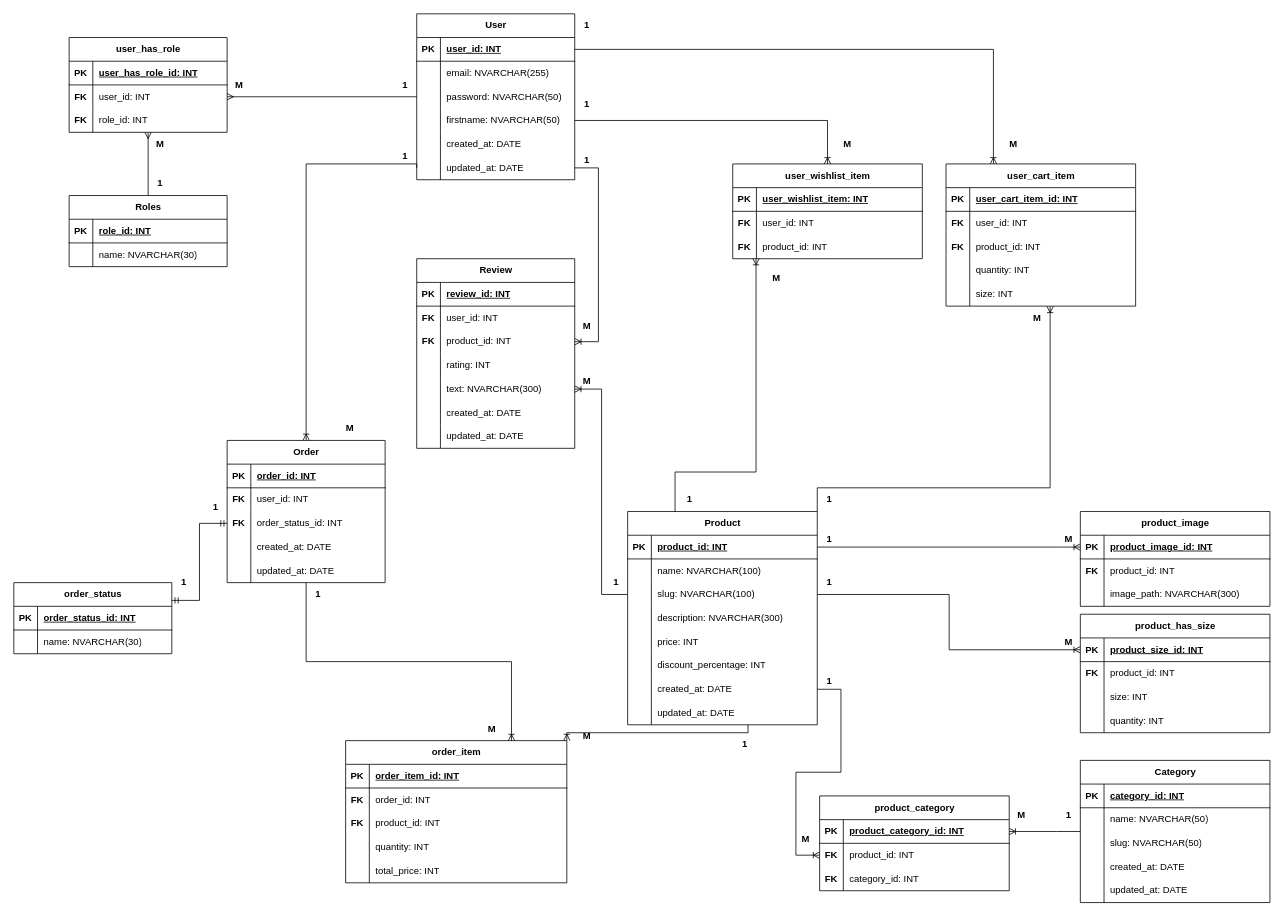
Above: docs/ECommerce-ER.drawio in danilovvvladimir/quasar (draw.io), before the change. Source tidied: cells renumbered, new cells numbered last; positions are measured from the earlier drawing's top-left corner, leaving out a move shared by most shapes. Both pictures are drawn from the tidied source at 79%, with x=0, y=0 at pixel (13, 13).
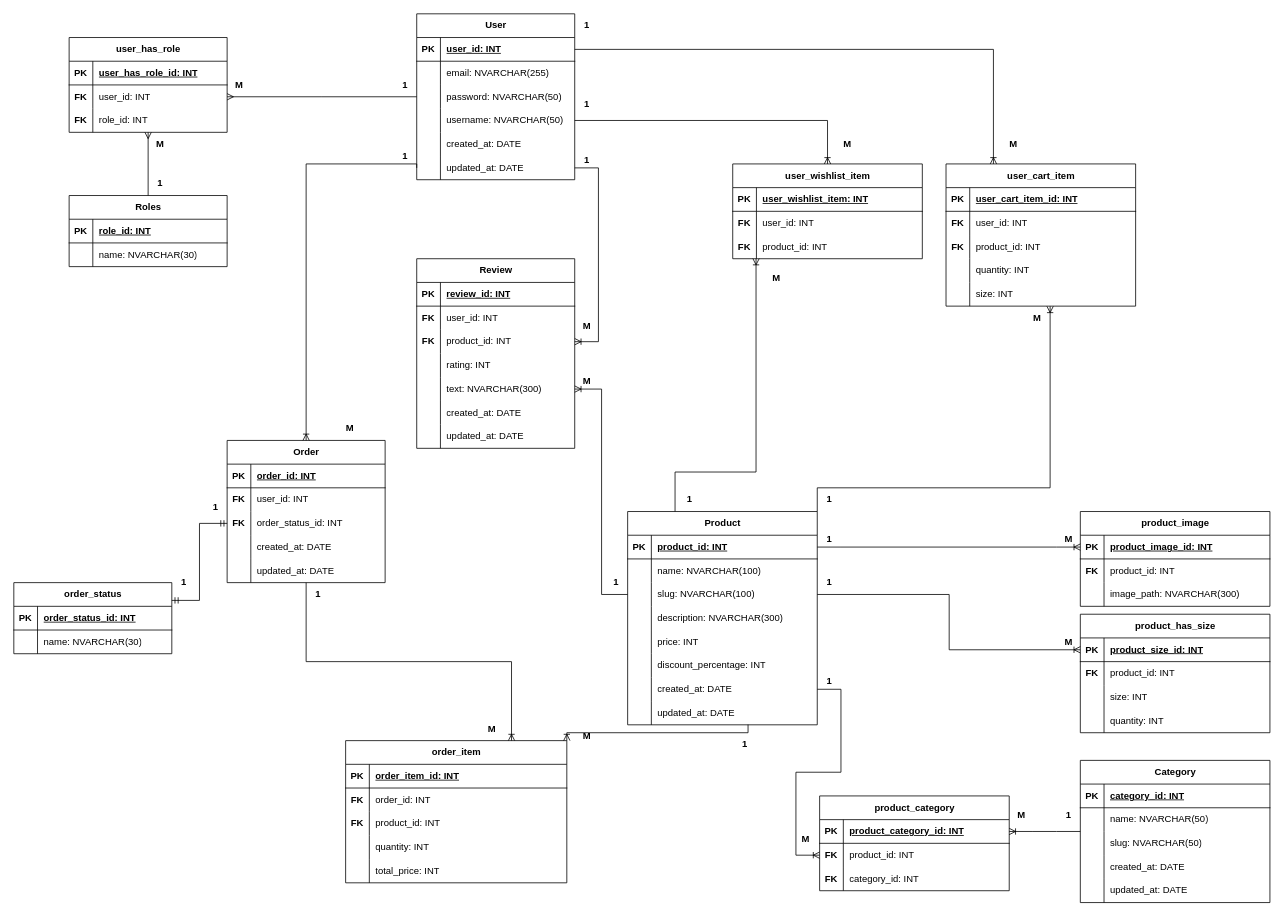
The same diagram, later.

The change refers to these unchanged cells:
```xml
<mxCell id="12" style="shape=tableRow;horizontal=0;startSize=0;swimlaneHead=0;swimlaneBody=0;fillColor=none;points=[[0,0.5],[1,0.5]];portConstraint=eastwest;top=0;left=0;right=0;bottom=0;" parent="2" vertex="1">
  <mxGeometry y="120" width="200" height="30" as="geometry" />
</mxCell>
```

The edit, as a diff of the source:
```diff
@@
-    <mxCell id="14" value="firstname: NVARCHAR(50)" style="shape=partialRectangle;fillColor=none;top=0;left=0;bottom=0;right=0;align=left;spacingLeft=6;overflow=hidden;whiteSpace=wrap;html=1;" parent="12" vertex="1">
+    <mxCell id="14" value="username: NVARCHAR(50)" style="shape=partialRectangle;fillColor=none;top=0;left=0;bottom=0;right=0;align=left;spacingLeft=6;overflow=hidden;whiteSpace=wrap;html=1;" parent="12" vertex="1">
       <mxGeometry x="30" width="170" height="30" as="geometry" />
     </mxCell>
```
